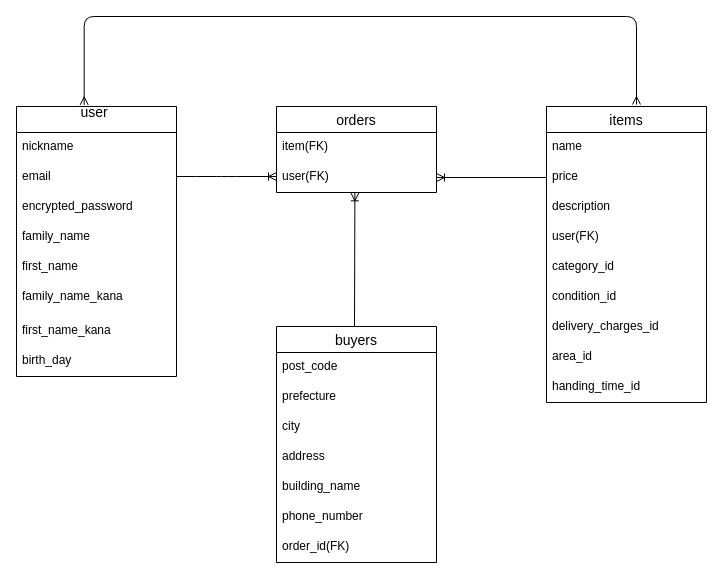
deco-01/furima-39447 keeps this draw.io diagram as table.dio. Above is the earlier version. Source tidied: cells renumbered, new cells numbered last; positions are measured from the earlier drawing's top-left corner, leaving out a move shared by most shapes. Both pictures are drawn from the tidied source at 100%, with x=0, y=0 at pixel (16, 16).
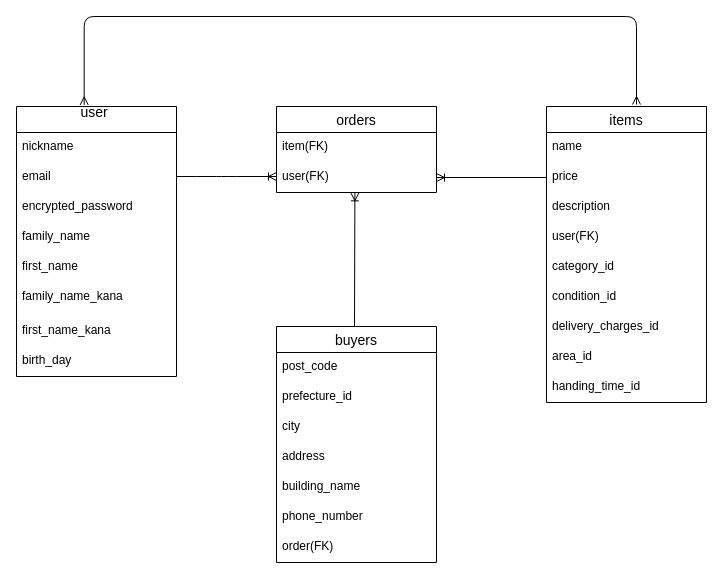
The same diagram, later.

Commit message (it also covers changes not shown here):
データベース設計の編集

The change refers to these unchanged cells:
```xml
<mxCell id="24" value="buyers" style="swimlane;fontStyle=0;horizontal=1;startSize=26;align=center;fontSize=14;" parent="1" vertex="1">
  <mxGeometry x="260" y="310" width="160" height="236" as="geometry" />
</mxCell>
```

Diff of the diagram source:
```diff
@@
-    <mxCell id="26" value="prefecture" style="text;strokeColor=none;fillColor=none;spacingLeft=4;spacingRight=4;overflow=hidden;fontSize=12;" parent="24" vertex="1">
+    <mxCell id="26" value="prefecture_id" style="text;strokeColor=none;fillColor=none;spacingLeft=4;spacingRight=4;overflow=hidden;fontSize=12;" parent="24" vertex="1">
       <mxGeometry y="56" width="160" height="30" as="geometry" />
     </mxCell>
@@
-    <mxCell id="31" value="order_id(FK)" style="text;strokeColor=none;fillColor=none;spacingLeft=4;spacingRight=4;overflow=hidden;fontSize=12;" parent="24" vertex="1">
+    <mxCell id="31" value="order(FK)" style="text;strokeColor=none;fillColor=none;spacingLeft=4;spacingRight=4;overflow=hidden;fontSize=12;" parent="24" vertex="1">
       <mxGeometry y="206" width="160" height="30" as="geometry" />
     </mxCell>
```
